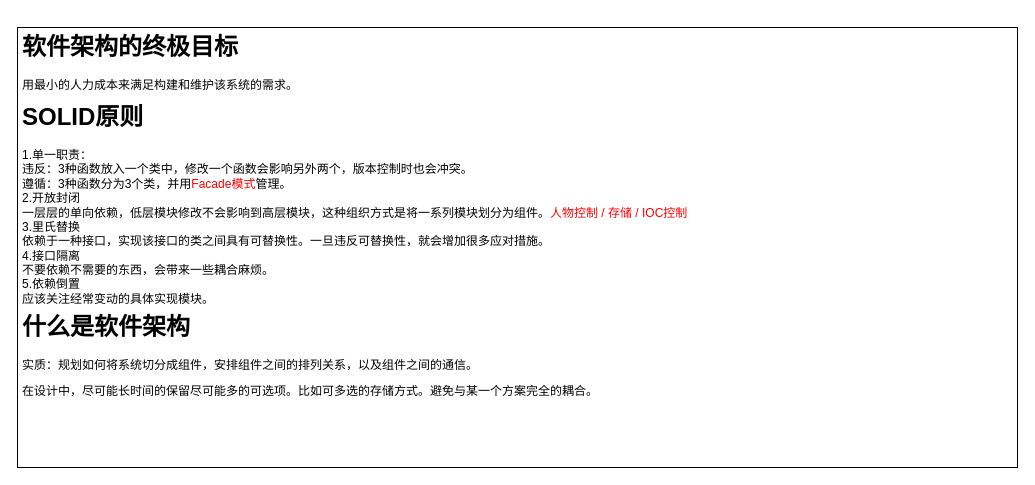
This is page "架构整洁之道" (10 of 10) of StartFramework.drawio from sass00n1/StartFramework, a draw.io file, before an edit. Source tidied: cells renumbered, new cells numbered last; positions are measured from the earlier drawing's top-left corner, leaving out a move shared by most shapes. Both pictures are drawn from the tidied source at 100%, with x=0, y=0 at pixel (17, 27).
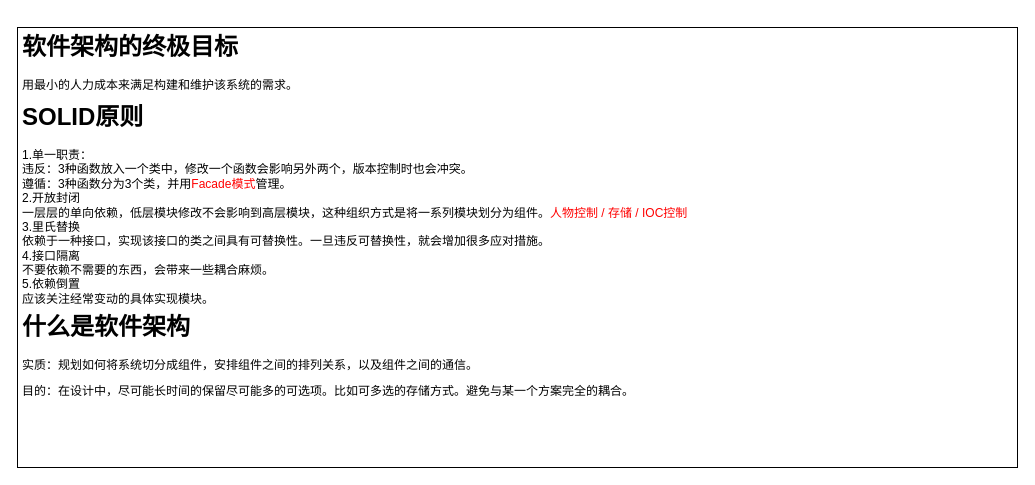
After the change.

Diff of the diagram source:
```diff
@@
 <mxGraphModel>
   <root>
     <mxCell id="0" />
     <mxCell id="1" parent="0" />
     <mxCell id="2" style="rounded=0;whiteSpace=wrap;html=1;" parent="1" vertex="1">
       <mxGeometry width="1000" height="440" as="geometry" />
     </mxCell>
     <mxCell id="3" value="&lt;h1&gt;软件架构的终极目标&lt;br&gt;&lt;/h1&gt;&lt;p&gt;用最小的人力成本来满足构建和维护该系统的需求。&lt;/p&gt;" style="text;html=1;strokeColor=none;fillColor=none;spacing=5;spacingTop=-20;whiteSpace=wrap;overflow=hidden;rounded=0;" parent="1" vertex="1">
       <mxGeometry width="1000" height="70" as="geometry" />
     </mxCell>
     <mxCell id="4" value="&lt;h1&gt;SOLID原则&lt;/h1&gt;&lt;div&gt;1.单一职责：&lt;/div&gt;&lt;div&gt;违反：3种函数放入一个类中，修改一个函数会影响另外两个，版本控制时也会冲突。&lt;/div&gt;&lt;div&gt;遵循：3种函数分为3个类，并用&lt;font color=&quot;#FF0000&quot;&gt;Facade模式&lt;/font&gt;管理。&lt;/div&gt;&lt;div&gt;2.开放封闭&lt;/div&gt;&lt;div&gt;一层层的单向依赖，低层模块修改不会影响到高层模块，这种组织方式是将一系列模块划分为组件。&lt;font color=&quot;#FF0000&quot;&gt;人物控制 / 存储 / IOC控制&lt;br&gt;&lt;/font&gt;&lt;/div&gt;&lt;div&gt;3.里氏替换&lt;/div&gt;&lt;div&gt;依赖于一种接口，实现该接口的类之间具有可替换性。一旦违反可替换性，就会增加很多应对措施。&lt;/div&gt;&lt;div&gt;4.接口隔离&lt;/div&gt;&lt;div&gt;不要依赖不需要的东西，会带来一些耦合麻烦。&lt;/div&gt;&lt;div&gt;5.依赖倒置&lt;/div&gt;&lt;div&gt;应该关注经常变动的具体实现模块。&lt;br&gt;&lt;/div&gt;&lt;div&gt;&lt;br&gt;&lt;/div&gt;" style="text;html=1;strokeColor=none;fillColor=none;spacing=5;spacingTop=-20;whiteSpace=wrap;overflow=hidden;rounded=0;" parent="1" vertex="1">
       <mxGeometry y="70" width="1000" height="210" as="geometry" />
     </mxCell>
-    <mxCell id="5" value="&lt;h1&gt;什么是软件架构&lt;br&gt;&lt;/h1&gt;&lt;p&gt;实质：规划如何将系统切分成组件，安排组件之间的排列关系，以及组件之间的通信。&lt;/p&gt;&lt;p&gt;在设计中，尽可能长时间的保留尽可能多的可选项。比如可多选的存储方式。避免与某一个方案完全的耦合。&lt;br&gt;&lt;/p&gt;" style="text;html=1;strokeColor=none;fillColor=none;spacing=5;spacingTop=-20;whiteSpace=wrap;overflow=hidden;rounded=0;fontColor=#000000;" parent="1" vertex="1">
+    <mxCell id="5" value="&lt;h1&gt;什么是软件架构&lt;br&gt;&lt;/h1&gt;&lt;p&gt;实质：规划如何将系统切分成组件，安排组件之间的排列关系，以及组件之间的通信。&lt;/p&gt;&lt;p&gt;目的：在设计中，尽可能长时间的保留尽可能多的可选项。比如可多选的存储方式。避免与某一个方案完全的耦合。&lt;br&gt;&lt;/p&gt;" style="text;html=1;strokeColor=none;fillColor=none;spacing=5;spacingTop=-20;whiteSpace=wrap;overflow=hidden;rounded=0;fontColor=#000000;" parent="1" vertex="1">
       <mxGeometry y="280" width="1000" height="160" as="geometry" />
     </mxCell>
   </root>
 </mxGraphModel>
```
